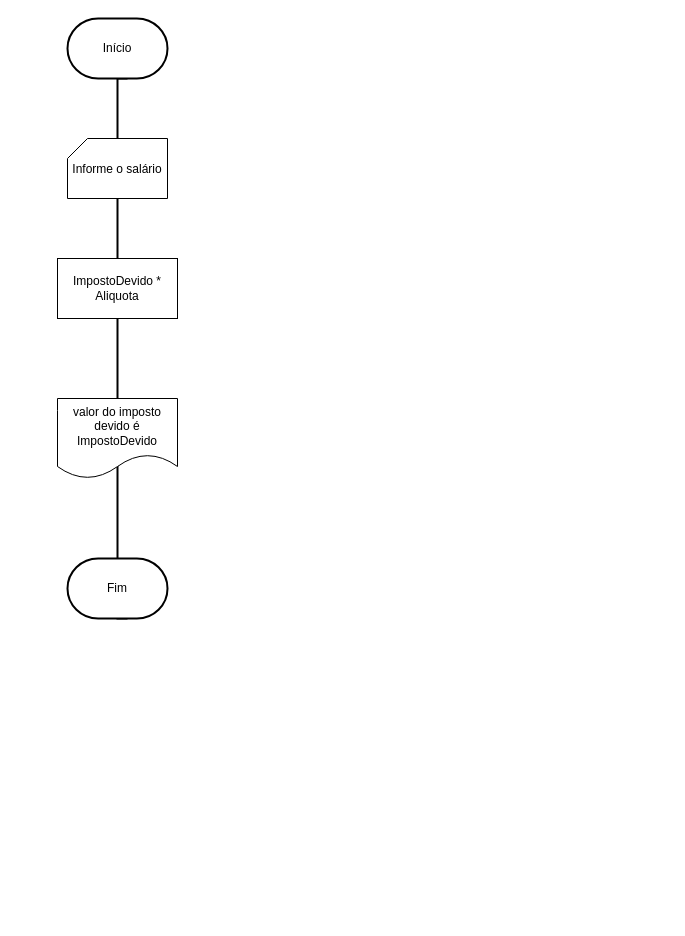
cassiusneves/back-end keeps this draw.io diagram as Diagrama sem nome.drawio. Above is the earlier version. Source tidied: cells renumbered, new cells numbered last; positions are measured from the earlier drawing's top-left corner, leaving out a move shared by most shapes. Both pictures are drawn from the tidied source at 100%, with x=0, y=0 at pixel (57, 18).
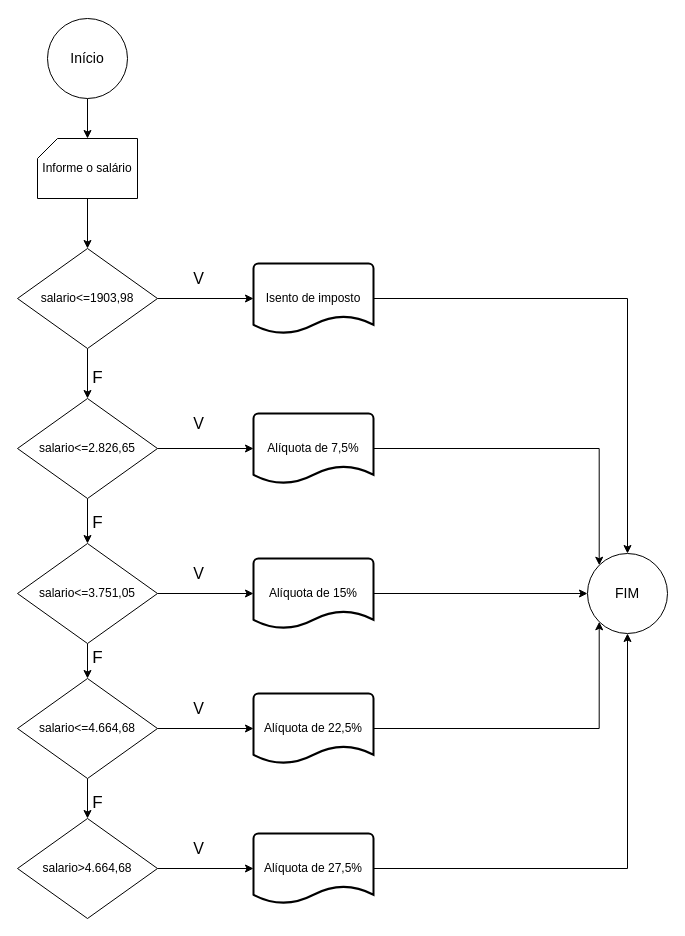
Above is the later version.

Commit message:
Diagrama atividade 30-11-2022.drawio

The edit, as a diff of the source:
```diff
@@
-    <mxCell id="2" style="strokeWidth=2;html=1;shape=mxgraph.flowchart.annotation_1;align=left;" parent="1" vertex="1">
-      <mxGeometry x="60" y="60" width="10" height="540" as="geometry" />
-    </mxCell>
+    <mxCell id="8" style="edgeStyle=orthogonalEdgeStyle;rounded=0;jettySize=auto;html=1;entryX=0.5;entryY=0;entryDx=0;entryDy=0;entryPerimeter=0;" parent="1" edge="1" source="3" target="4">
+      <mxGeometry relative="1" as="geometry" />
+    </mxCell>
-    <mxCell id="3" value="Início" style="strokeWidth=2;html=1;shape=mxgraph.flowchart.terminator;whiteSpace=wrap;" parent="1" vertex="1">
-      <mxGeometry x="10" width="100" height="60" as="geometry" />
+    <mxCell id="3" value="&lt;font style=&quot;font-size: 14px;&quot;&gt;Início&lt;/font&gt;" style="ellipse;whiteSpace=wrap;html=1;" parent="1" vertex="1">
+      <mxGeometry x="-10" width="80" height="80" as="geometry" />
     </mxCell>
+    <mxCell id="9" style="edgeStyle=orthogonalEdgeStyle;rounded=0;jettySize=auto;html=1;entryX=0.5;entryY=0;entryDx=0;entryDy=0;" parent="1" edge="1" source="4" target="12">
+      <mxGeometry relative="1" as="geometry" />
+    </mxCell>
-    <mxCell id="4" value="&lt;p style=&quot;line-height: 0%;&quot;&gt;Informe o salário&lt;/p&gt;" style="verticalLabelPosition=middle;verticalAlign=middle;html=1;shape=card;whiteSpace=wrap;size=20;arcSize=12;labelPosition=center;align=center;" parent="1" vertex="1">
-      <mxGeometry x="10" y="120" width="100" height="60" as="geometry" />
+    <mxCell id="4" value="Informe o salário" style="verticalLabelPosition=middle;verticalAlign=middle;html=1;shape=card;whiteSpace=wrap;size=20;arcSize=12;labelPosition=center;align=center;" parent="1" vertex="1">
+      <mxGeometry x="-20" y="120" width="100" height="60" as="geometry" />
     </mxCell>
-    <mxCell id="5" value="ImpostoDevido * Aliquota" style="rounded=0;whiteSpace=wrap;html=1;" parent="1" vertex="1">
-      <mxGeometry y="240" width="120" height="60" as="geometry" />
-    </mxCell>
-    <mxCell id="6" value="valor do imposto devido é ImpostoDevido" style="shape=document;whiteSpace=wrap;html=1;boundedLbl=1;" parent="1" vertex="1">
-      <mxGeometry y="380" width="120" height="80" as="geometry" />
-    </mxCell>
-    <mxCell id="7" value="Fim" style="strokeWidth=2;html=1;shape=mxgraph.flowchart.terminator;whiteSpace=wrap;" parent="1" vertex="1">
-      <mxGeometry x="10" y="540" width="100" height="60" as="geometry" />
-    </mxCell>
+    <mxCell id="10" style="edgeStyle=orthogonalEdgeStyle;rounded=0;jettySize=auto;html=1;entryX=0;entryY=0.5;entryDx=0;entryDy=0;entryPerimeter=0;" parent="1" edge="1" source="12" target="14">
+      <mxGeometry relative="1" as="geometry" />
+    </mxCell>
+    <mxCell id="11" style="edgeStyle=orthogonalEdgeStyle;rounded=0;jettySize=auto;html=1;exitX=0.5;exitY=1;exitDx=0;exitDy=0;entryX=0.5;entryY=0;entryDx=0;entryDy=0;fontSize=14;" parent="1" edge="1" source="12" target="18">
+      <mxGeometry relative="1" as="geometry" />
+    </mxCell>
+    <mxCell id="12" value="salario&lt;=1903,98" style="rhombus;whiteSpace=wrap;html=1;" parent="1" vertex="1">
+      <mxGeometry x="-40" y="230" width="140" height="100" as="geometry" />
+    </mxCell>
+    <mxCell id="13" style="edgeStyle=orthogonalEdgeStyle;rounded=0;jettySize=auto;html=1;fontSize=14;" parent="1" edge="1" source="14" target="22">
+      <mxGeometry relative="1" as="geometry" />
+    </mxCell>
+    <mxCell id="14" value="Isento de imposto" style="strokeWidth=2;html=1;shape=mxgraph.flowchart.document2;whiteSpace=wrap;size=0.25;" parent="1" vertex="1">
+      <mxGeometry x="196" y="245" width="120" height="70" as="geometry" />
+    </mxCell>
+    <mxCell id="15" value="&lt;font style=&quot;font-size: 16px;&quot;&gt;V&lt;/font&gt;" style="text;html=1;align=center;verticalAlign=middle;strokeColor=none;fillColor=none;" parent="1" vertex="1">
+      <mxGeometry x="126" y="245" width="30" height="30" as="geometry" />
+    </mxCell>
+    <mxCell id="16" style="edgeStyle=orthogonalEdgeStyle;rounded=0;jettySize=auto;html=1;entryX=0;entryY=0.5;entryDx=0;entryDy=0;entryPerimeter=0;" parent="1" edge="1" source="18" target="20">
+      <mxGeometry relative="1" as="geometry" />
+    </mxCell>
+    <mxCell id="17" style="edgeStyle=orthogonalEdgeStyle;rounded=0;jettySize=auto;html=1;entryX=0.5;entryY=0;entryDx=0;entryDy=0;fontSize=17;" parent="1" edge="1" source="18" target="25">
+      <mxGeometry relative="1" as="geometry" />
+    </mxCell>
+    <mxCell id="18" value="salario&amp;lt;=2.826,65" style="rhombus;whiteSpace=wrap;html=1;" parent="1" vertex="1">
+      <mxGeometry x="-40" y="380" width="140" height="100" as="geometry" />
+    </mxCell>
+    <mxCell id="19" style="edgeStyle=orthogonalEdgeStyle;rounded=0;jettySize=auto;html=1;entryX=0;entryY=0;entryDx=0;entryDy=0;fontSize=17;" parent="1" edge="1" source="20" target="22">
+      <mxGeometry relative="1" as="geometry" />
+    </mxCell>
+    <mxCell id="20" value="Alíquota de 7,5%" style="strokeWidth=2;html=1;shape=mxgraph.flowchart.document2;whiteSpace=wrap;size=0.25;" parent="1" vertex="1">
+      <mxGeometry x="196" y="395" width="120" height="70" as="geometry" />
+    </mxCell>
+    <mxCell id="21" value="&lt;font style=&quot;font-size: 16px;&quot;&gt;V&lt;/font&gt;" style="text;html=1;align=center;verticalAlign=middle;strokeColor=none;fillColor=none;" parent="1" vertex="1">
+      <mxGeometry x="126" y="390" width="30" height="30" as="geometry" />
+    </mxCell>
+    <mxCell id="22" value="FIM" style="ellipse;whiteSpace=wrap;html=1;fontSize=14;" parent="1" vertex="1">
+      <mxGeometry x="530" y="535" width="80" height="80" as="geometry" />
+    </mxCell>
+    <mxCell id="23" style="edgeStyle=orthogonalEdgeStyle;rounded=0;jettySize=auto;html=1;entryX=0;entryY=0.5;entryDx=0;entryDy=0;entryPerimeter=0;" parent="1" edge="1" source="25" target="27">
+      <mxGeometry relative="1" as="geometry" />
+    </mxCell>
+    <mxCell id="24" style="edgeStyle=orthogonalEdgeStyle;rounded=0;jettySize=auto;html=1;entryX=0.5;entryY=0;entryDx=0;entryDy=0;fontSize=17;" parent="1" edge="1" source="25" target="33">
+      <mxGeometry relative="1" as="geometry" />
+    </mxCell>
+    <mxCell id="25" value="salario&amp;lt;=3.751,05" style="rhombus;whiteSpace=wrap;html=1;" parent="1" vertex="1">
+      <mxGeometry x="-40" y="525" width="140" height="100" as="geometry" />
+    </mxCell>
+    <mxCell id="26" style="edgeStyle=orthogonalEdgeStyle;rounded=0;jettySize=auto;html=1;entryX=0;entryY=0.5;entryDx=0;entryDy=0;fontSize=17;" parent="1" edge="1" source="27" target="22">
+      <mxGeometry relative="1" as="geometry">
+        <Array as="points">
+          <mxPoint x="530" y="575" />
+        </Array>
+      </mxGeometry>
+    </mxCell>
+    <mxCell id="27" value="Alíquota de 15%" style="strokeWidth=2;html=1;shape=mxgraph.flowchart.document2;whiteSpace=wrap;size=0.25;" parent="1" vertex="1">
+      <mxGeometry x="196" y="540" width="120" height="70" as="geometry" />
+    </mxCell>
+    <mxCell id="28" value="&lt;font style=&quot;font-size: 16px;&quot;&gt;V&lt;/font&gt;" style="text;html=1;align=center;verticalAlign=middle;strokeColor=none;fillColor=none;" parent="1" vertex="1">
+      <mxGeometry x="126" y="540" width="30" height="30" as="geometry" />
+    </mxCell>
+    <mxCell id="29" value="&lt;font style=&quot;font-size: 17px;&quot;&gt;F&lt;/font&gt;" style="text;html=1;align=center;verticalAlign=middle;strokeColor=none;fillColor=none;fontSize=14;" parent="1" vertex="1">
+      <mxGeometry x="25" y="345" width="30" height="30" as="geometry" />
+    </mxCell>
+    <mxCell id="30" value="&lt;font style=&quot;font-size: 17px;&quot;&gt;F&lt;/font&gt;" style="text;html=1;align=center;verticalAlign=middle;strokeColor=none;fillColor=none;fontSize=14;" parent="1" vertex="1">
+      <mxGeometry x="25" y="490" width="30" height="30" as="geometry" />
+    </mxCell>
+    <mxCell id="31" style="edgeStyle=orthogonalEdgeStyle;rounded=0;jettySize=auto;html=1;entryX=0;entryY=0.5;entryDx=0;entryDy=0;entryPerimeter=0;" parent="1" edge="1" source="33" target="35">
+      <mxGeometry relative="1" as="geometry" />
+    </mxCell>
+    <mxCell id="32" style="edgeStyle=orthogonalEdgeStyle;rounded=0;jettySize=auto;html=1;exitX=0.5;exitY=1;exitDx=0;exitDy=0;entryX=0.5;entryY=0;entryDx=0;entryDy=0;fontSize=17;" parent="1" edge="1" source="33" target="39">
+      <mxGeometry relative="1" as="geometry" />
+    </mxCell>
+    <mxCell id="33" value="salario&amp;lt;=4.664,68" style="rhombus;whiteSpace=wrap;html=1;" parent="1" vertex="1">
+      <mxGeometry x="-40" y="660" width="140" height="100" as="geometry" />
+    </mxCell>
+    <mxCell id="34" style="edgeStyle=orthogonalEdgeStyle;rounded=0;jettySize=auto;html=1;entryX=0;entryY=1;entryDx=0;entryDy=0;fontSize=17;" parent="1" edge="1" source="35" target="22">
+      <mxGeometry relative="1" as="geometry" />
+    </mxCell>
+    <mxCell id="35" value="Alíquota de 22,5%" style="strokeWidth=2;html=1;shape=mxgraph.flowchart.document2;whiteSpace=wrap;size=0.25;" parent="1" vertex="1">
+      <mxGeometry x="196" y="675" width="120" height="70" as="geometry" />
+    </mxCell>
+    <mxCell id="36" value="&lt;font style=&quot;font-size: 16px;&quot;&gt;V&lt;/font&gt;" style="text;html=1;align=center;verticalAlign=middle;strokeColor=none;fillColor=none;" parent="1" vertex="1">
+      <mxGeometry x="126" y="675" width="30" height="30" as="geometry" />
+    </mxCell>
+    <mxCell id="37" value="&lt;font style=&quot;font-size: 17px;&quot;&gt;F&lt;/font&gt;" style="text;html=1;align=center;verticalAlign=middle;strokeColor=none;fillColor=none;fontSize=14;" parent="1" vertex="1">
+      <mxGeometry x="25" y="625" width="30" height="30" as="geometry" />
+    </mxCell>
+    <mxCell id="38" style="edgeStyle=orthogonalEdgeStyle;rounded=0;jettySize=auto;html=1;entryX=0;entryY=0.5;entryDx=0;entryDy=0;entryPerimeter=0;" parent="1" edge="1" source="39" target="41">
+      <mxGeometry relative="1" as="geometry" />
+    </mxCell>
+    <mxCell id="39" value="salario&amp;gt;4.664,68" style="rhombus;whiteSpace=wrap;html=1;" parent="1" vertex="1">
+      <mxGeometry x="-40" y="800" width="140" height="100" as="geometry" />
+    </mxCell>
+    <mxCell id="40" style="edgeStyle=orthogonalEdgeStyle;rounded=0;jettySize=auto;html=1;entryX=0.5;entryY=1;entryDx=0;entryDy=0;fontSize=17;" parent="1" edge="1" source="41" target="22">
+      <mxGeometry relative="1" as="geometry" />
+    </mxCell>
+    <mxCell id="41" value="Alíquota de 27,5%" style="strokeWidth=2;html=1;shape=mxgraph.flowchart.document2;whiteSpace=wrap;size=0.25;" parent="1" vertex="1">
+      <mxGeometry x="196" y="815" width="120" height="70" as="geometry" />
+    </mxCell>
+    <mxCell id="42" value="&lt;font style=&quot;font-size: 16px;&quot;&gt;V&lt;/font&gt;" style="text;html=1;align=center;verticalAlign=middle;strokeColor=none;fillColor=none;" parent="1" vertex="1">
+      <mxGeometry x="126" y="815" width="30" height="30" as="geometry" />
+    </mxCell>
+    <mxCell id="43" value="&lt;font style=&quot;font-size: 17px;&quot;&gt;F&lt;/font&gt;" style="text;html=1;align=center;verticalAlign=middle;strokeColor=none;fillColor=none;fontSize=14;" parent="1" vertex="1">
+      <mxGeometry x="25" y="770" width="30" height="30" as="geometry" />
+    </mxCell>
```
